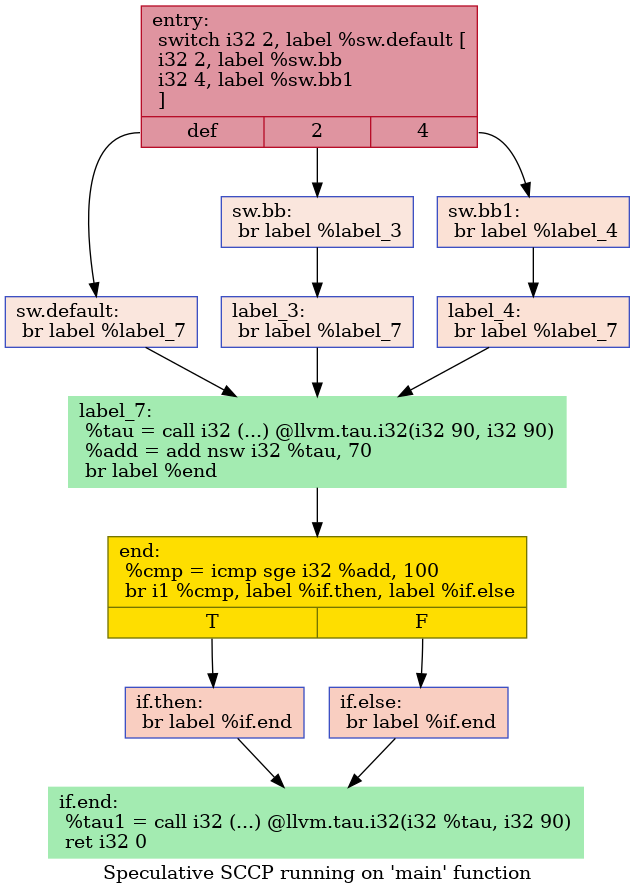
Above: IR/cfg/specSCCP_HPSSA.dot.png in HPSSA-LLVM/HPSSA-LLVM (Graphviz), before the change. Its source is kept beside it as IR/cfg/specSCCP_HPSSA.dot.
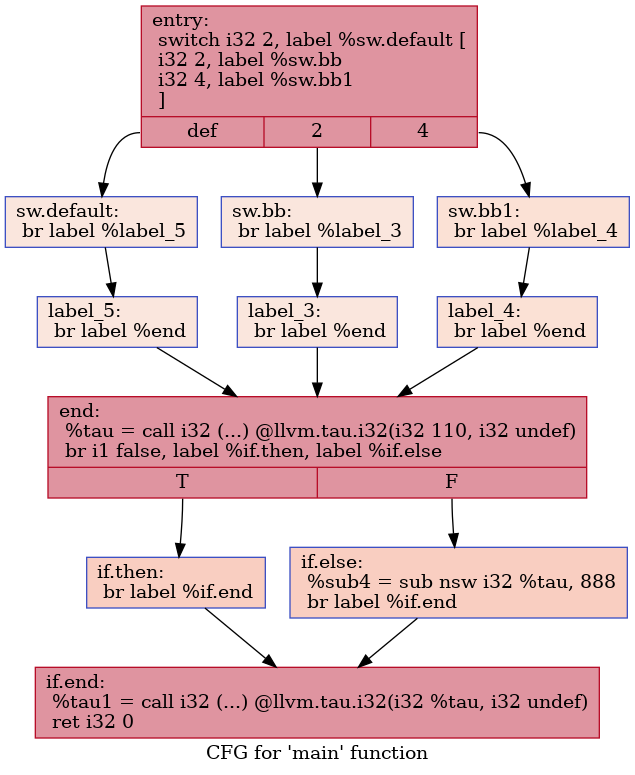
The same diagram one commit later.

The edit, as a diff of the source:
```diff
@@ -1,28 +1,28 @@
 digraph "CFG for 'main' function" {
-	label="Speculative SCCP running on 'main' function";
+	label="CFG for 'main' function";
 
-	Node0x560a7b0587f0 [shape=record,color="#b70d28ff", style=filled, fillcolor="#b70d2870",label="{entry:\l  switch i32 2, label %sw.default [\l    i32 2, label %sw.bb\l    i32 4, label %sw.bb1\l  ]\l|{<s0>def|<s1>2|<s2>4}}"];
-	Node0x560a7b0587f0:s0 -> Node0x560a7b058920;
-	Node0x560a7b0587f0:s1 -> Node0x560a7b0589a0;
-	Node0x560a7b0587f0:s2 -> Node0x560a7b058a40;
-	Node0x560a7b0589a0 [shape=record,color="#3d50c3ff", style=filled, fillcolor="#f3c7b170",label="{sw.bb:                                            \l  br label %label_3\l}"];
-	Node0x560a7b0589a0 -> Node0x560a7b058bd0;
-	Node0x560a7b058a40 [shape=record,color="#3d50c3ff", style=filled, fillcolor="#f7bca170",label="{sw.bb1:                                           \l  br label %label_4\l}"];
-	Node0x560a7b058a40 -> Node0x560a7b058cb0;
-	Node0x560a7b058920 [shape=record,color="#3d50c3ff", style=filled, fillcolor="#f3c7b170",label="{sw.default:                                       \l  br label %label_7\l}"];
-	Node0x560a7b058920 -> Node0x560a7b058d90;
-	Node0x560a7b058bd0 [shape=record,color="#3d50c3ff", style=filled, fillcolor="#f3c7b170",label="{label_3:                                          \l  br label %label_7\l}"];
-	Node0x560a7b058bd0 -> Node0x560a7b058d90;
-	Node0x560a7b058cb0 [shape=record,color="#3d50c3ff", style=filled, fillcolor="#f7bca170",label="{label_4:                                          \l  br label %label_7\l}"];
-	Node0x560a7b058cb0 -> Node0x560a7b058d90;
-	Node0x560a7b058d90 [shape=record,color="#A3EBB1", style=filled, fillcolor="#A3EBB1",label="{label_7:                                          \l  %tau = call i32 (...) @llvm.tau.i32(i32 90, i32 90)\l  %add = add nsw i32 %tau, 70\l  br label %end\l}"];
-	Node0x560a7b058d90 -> Node0x560a7b059250;
-	Node0x560a7b059250 [shape=record,color="#757500", style=filled, fillcolor="#FEDE00",label="{end:                                              \l  %cmp = icmp sge i32 %add, 100\l  br i1 %cmp, label %if.then, label %if.else\l|{<s0>T|<s1>F}}"];
-	Node0x560a7b059250:s0 -> Node0x560a7b059410;
-	Node0x560a7b059250:s1 -> Node0x560a7b059480;
-	Node0x560a7b059410 [shape=record,color="#3d50c3ff", style=filled, fillcolor="#f2907270",label="{if.then:                                          \l  br label %if.end\l}"];
-	Node0x560a7b059410 -> Node0x560a7b059740;
-	Node0x560a7b059480 [shape=record,color="#3d50c3ff", style=filled, fillcolor="#f2907270",label="{if.else:                                          \l  br label %if.end\l}"];
-	Node0x560a7b059480 -> Node0x560a7b059740;
-	Node0x560a7b059740 [shape=record,color="#A3EBB1", style=filled, fillcolor="#A3EBB1",label="{if.end:                                           \l  %tau1 = call i32 (...) @llvm.tau.i32(i32 %tau, i32 90)\l  ret i32 0\l}"];
+	Node0x55ebb1adc7d0 [shape=record,color="#b70d28ff", style=filled, fillcolor="#b70d2870",label="{entry:\l  switch i32 2, label %sw.default [\l    i32 2, label %sw.bb\l    i32 4, label %sw.bb1\l  ]\l|{<s0>def|<s1>2|<s2>4}}"];
+	Node0x55ebb1adc7d0:s0 -> Node0x55ebb1adc900;
+	Node0x55ebb1adc7d0:s1 -> Node0x55ebb1adc980;
+	Node0x55ebb1adc7d0:s2 -> Node0x55ebb1adca20;
+	Node0x55ebb1adc980 [shape=record,color="#3d50c3ff", style=filled, fillcolor="#f3c7b170",label="{sw.bb:                                            \l  br label %label_3\l}"];
+	Node0x55ebb1adc980 -> Node0x55ebb1adcbb0;
+	Node0x55ebb1adca20 [shape=record,color="#3d50c3ff", style=filled, fillcolor="#f7bca170",label="{sw.bb1:                                           \l  br label %label_4\l}"];
+	Node0x55ebb1adca20 -> Node0x55ebb1adcc90;
+	Node0x55ebb1adc900 [shape=record,color="#3d50c3ff", style=filled, fillcolor="#f3c7b170",label="{sw.default:                                       \l  br label %label_5\l}"];
+	Node0x55ebb1adc900 -> Node0x55ebb1adcd70;
+	Node0x55ebb1adcbb0 [shape=record,color="#3d50c3ff", style=filled, fillcolor="#f3c7b170",label="{label_3:                                          \l  br label %end\l}"];
+	Node0x55ebb1adcbb0 -> Node0x55ebb1adce50;
+	Node0x55ebb1adcc90 [shape=record,color="#3d50c3ff", style=filled, fillcolor="#f7bca170",label="{label_4:                                          \l  br label %end\l}"];
+	Node0x55ebb1adcc90 -> Node0x55ebb1adce50;
+	Node0x55ebb1adcd70 [shape=record,color="#3d50c3ff", style=filled, fillcolor="#f3c7b170",label="{label_5:                                          \l  br label %end\l}"];
+	Node0x55ebb1adcd70 -> Node0x55ebb1adce50;
+	Node0x55ebb1adce50 [shape=record,color="#b70d28ff", style=filled, fillcolor="#b70d2870",label="{end:                                              \l  %tau = call i32 (...) @llvm.tau.i32(i32 110, i32 undef)\l  br i1 false, label %if.then, label %if.else\l|{<s0>T|<s1>F}}"];
+	Node0x55ebb1adce50:s0 -> Node0x55ebb1add690;
+	Node0x55ebb1adce50:s1 -> Node0x55ebb1add700;
+	Node0x55ebb1add690 [shape=record,color="#3d50c3ff", style=filled, fillcolor="#f2907270",label="{if.then:                                          \l  br label %if.end\l}"];
+	Node0x55ebb1add690 -> Node0x55ebb1add820;
+	Node0x55ebb1add700 [shape=record,color="#3d50c3ff", style=filled, fillcolor="#f2907270",label="{if.else:                                          \l  %sub4 = sub nsw i32 %tau, 888\l  br label %if.end\l}"];
+	Node0x55ebb1add700 -> Node0x55ebb1add820;
+	Node0x55ebb1add820 [shape=record,color="#b70d28ff", style=filled, fillcolor="#b70d2870",label="{if.end:                                           \l  %tau1 = call i32 (...) @llvm.tau.i32(i32 %tau, i32 undef)\l  ret i32 0\l}"];
 }
```
